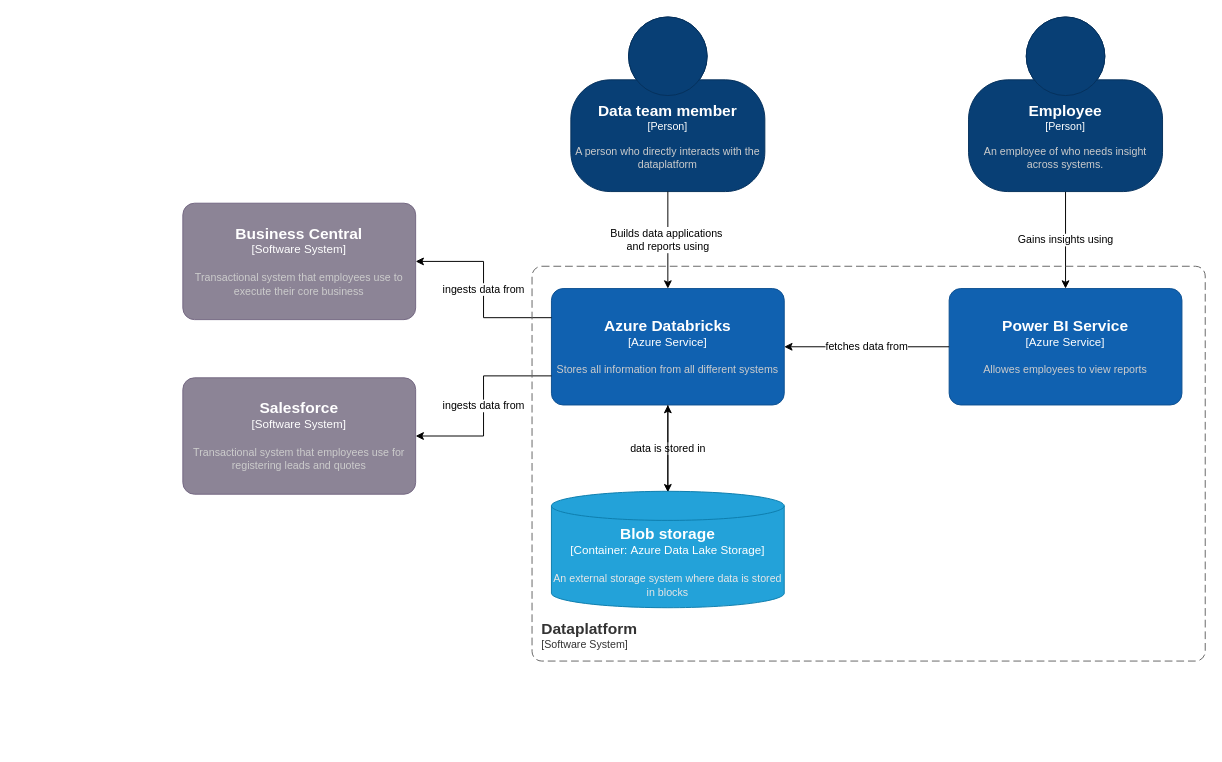
The draw.io diagram page "1.1 Dataplatform" (2 of 4) of Dataplatform Model.drawio in ferdyh/c4, before the edit. Source tidied: cells renumbered, new cells numbered last; positions are measured from the earlier drawing's top-left corner, leaving out a move shared by most shapes. Both pictures are drawn from the tidied source at 97%, with x=0, y=0 at pixel (182, 16).
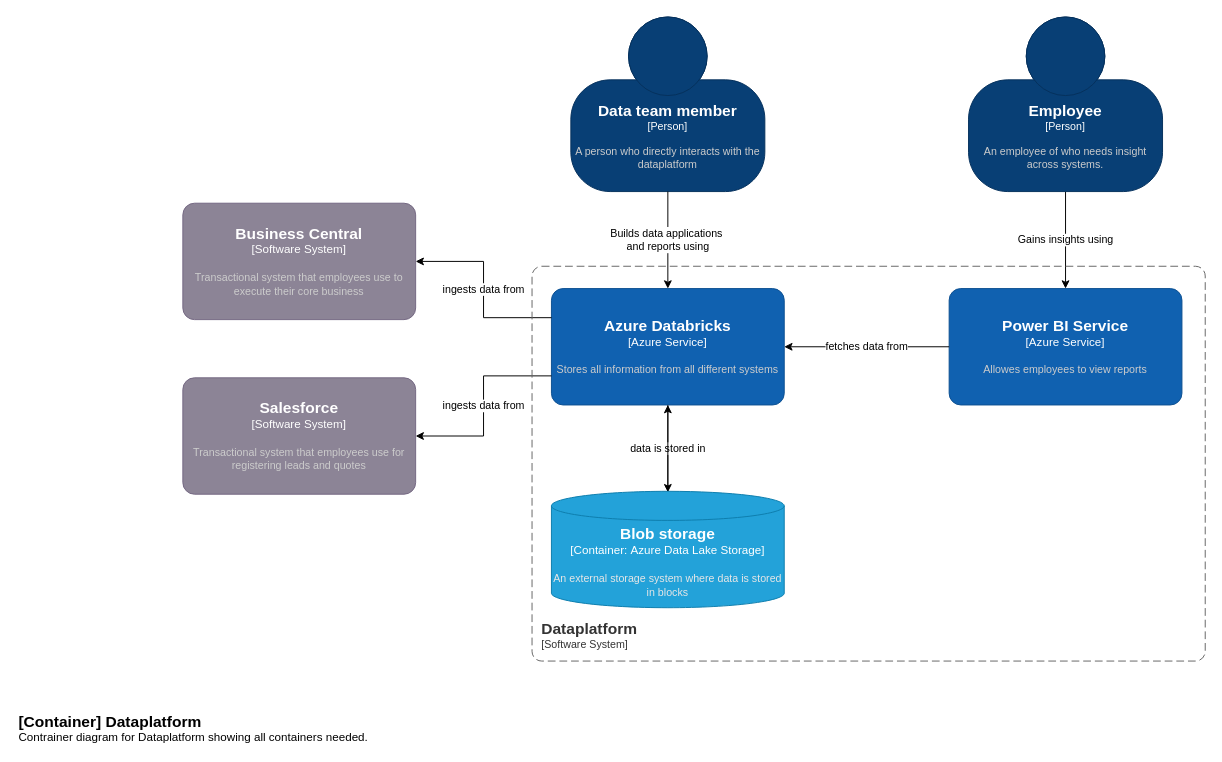
The same diagram, later.

Change to the diagram source:
```diff
@@
+    <object id="17" label="&lt;font style=&quot;font-size: 16px&quot;&gt;&lt;b&gt;&lt;div style=&quot;text-align: left&quot;&gt;%c4Name%&lt;/div&gt;&lt;/b&gt;&lt;/font&gt;&lt;div style=&quot;text-align: left&quot;&gt;%c4Description%&lt;/div&gt;" c4Description="Contrainer diagram for Dataplatform showing all containers needed." c4Name="[Container] Dataplatform" placeholders="1">
+      <mxCell style="text;html=1;strokeColor=none;fillColor=none;align=left;verticalAlign=top;whiteSpace=wrap;rounded=0;" parent="1" vertex="1">
+        <mxGeometry x="-171" y="710" width="445" height="40" as="geometry" />
+      </mxCell>
+    </object>
```
